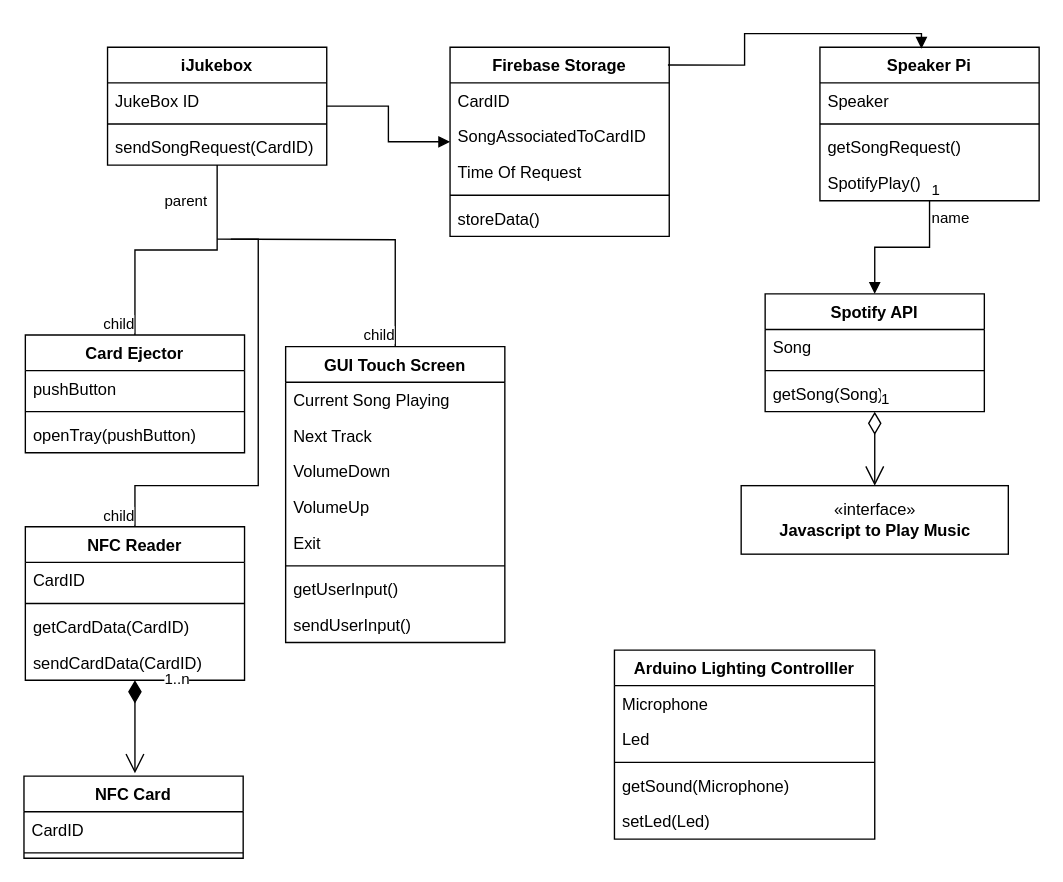
Above: SystemDesign.drawio in MysticalMango647/SYSC3010-Project-Jukebox (draw.io), before the change. Source tidied: cells renumbered, new cells numbered last; positions are measured from the earlier drawing's top-left corner, leaving out a move shared by most shapes. Both pictures are drawn from the tidied source at 137%, with x=0, y=0 at pixel (23, 47).
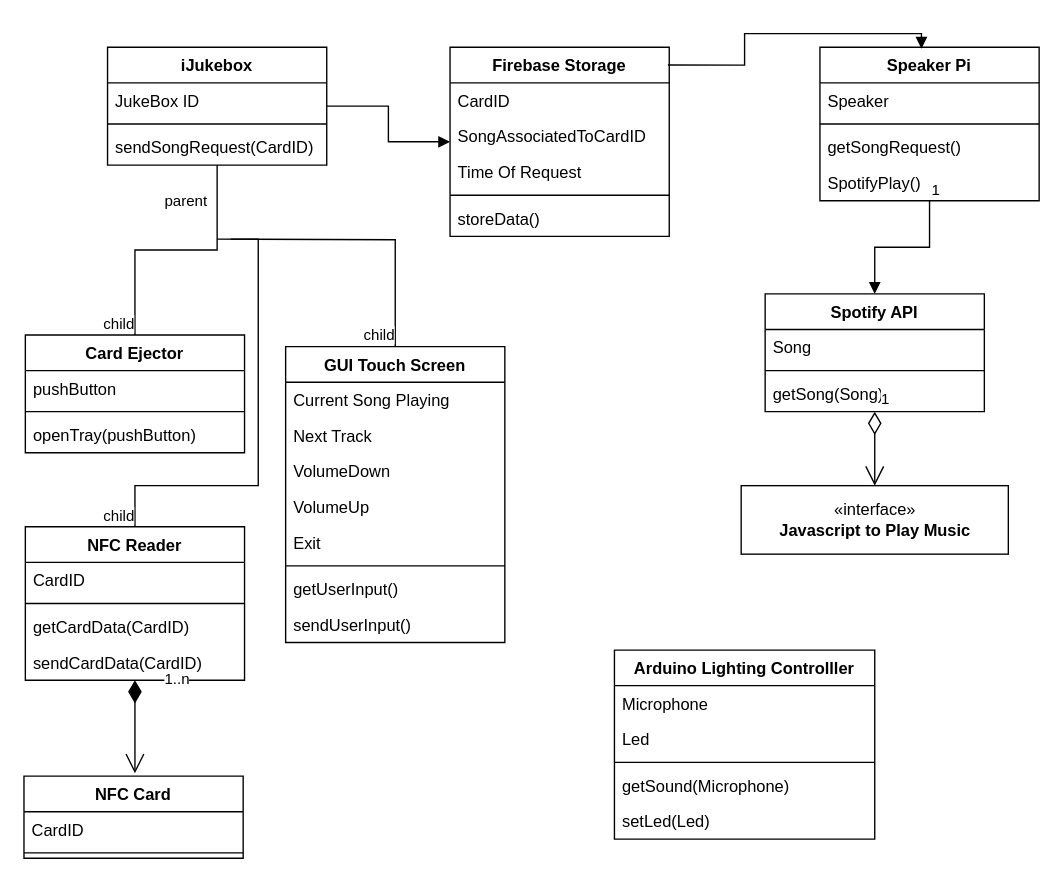
The same diagram, later.

Unchanged cells that the change refers to:
```xml
<mxCell id="6" value="Speaker Pi" style="swimlane;fontStyle=1;align=center;verticalAlign=top;horizontal=1;startSize=26;" parent="1" vertex="1">
  <mxGeometry x="581" width="160" height="112" as="geometry" />
</mxCell>
<mxCell id="26" value="Spotify API" style="swimlane;fontStyle=1;align=center;verticalAlign=top;horizontal=1;startSize=26;" parent="1" vertex="1">
  <mxGeometry x="541" y="180" width="160" height="86" as="geometry" />
</mxCell>
```

Diff of the diagram source:
```diff
@@
-    <mxCell id="58" value="name" style="endArrow=block;endFill=1;html=1;edgeStyle=orthogonalEdgeStyle;align=left;verticalAlign=top;rounded=0;entryX=0.5;entryY=0;entryDx=0;entryDy=0;" parent="1" edge="1" source="6" target="26">
+    <mxCell id="58" style="endArrow=block;endFill=1;html=1;edgeStyle=orthogonalEdgeStyle;align=left;verticalAlign=top;rounded=0;entryX=0.5;entryY=0;entryDx=0;entryDy=0;" parent="1" edge="1" source="6" target="26">
       <mxGeometry x="-1" relative="1" as="geometry" />
     </mxCell>
```
